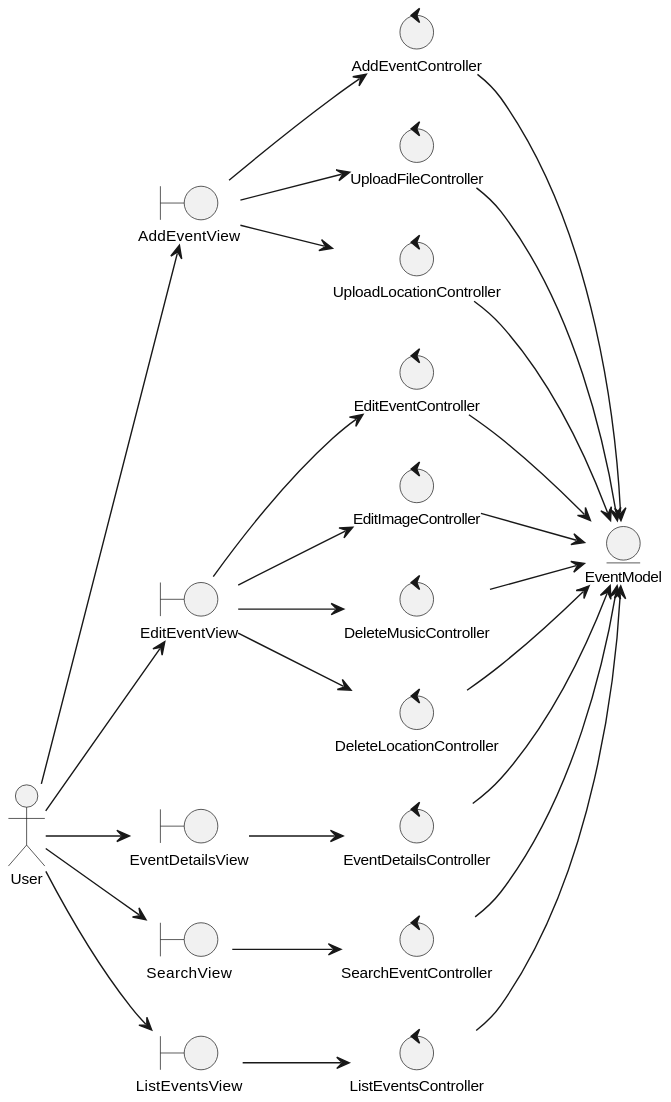
This is Análisis/Clases de Análisis/diagramas/analysisClassDiagramEventsManagements.svg from valeraruggierotesisucv/tesis-frameworks-mobile-diagrams, a PlantUML export, as it was before one commit.
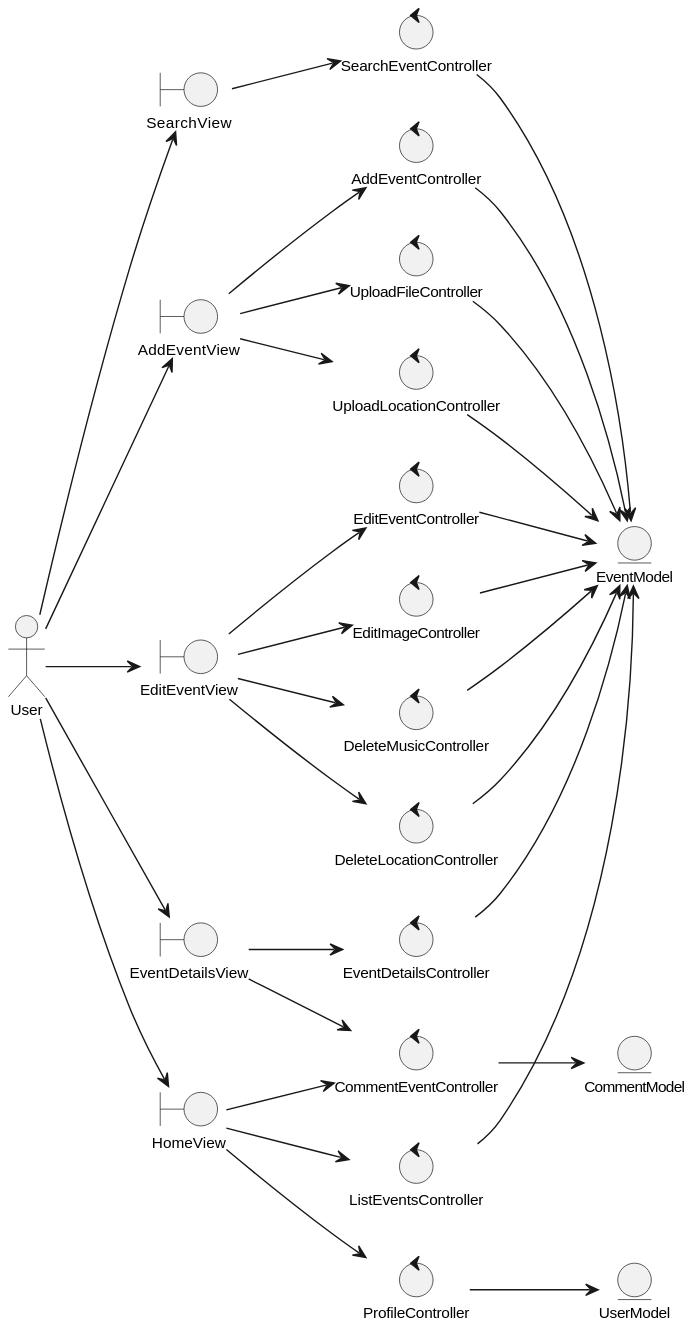
Later version of the same file.

Commit message:
Refactor authentication and event management diagrams: rename views and controllers, update user interactions, and enhance class structure. Added new boundaries and controllers for improved user flow.

What changed in the source:
```diff
@@ -6,13 +6,15 @@
 
 actor "User" as user
 
+entity "UserModel" as userModel
 entity "EventModel" as eventModel
+entity "CommentModel" as commentModel
 
 boundary "AddEventView" as addEventView
 boundary "EditEventView" as editEventView
 boundary "EventDetailsView" as eventDetailsView
 boundary "SearchView" as searchView
-boundary "ListEventsView" as listEventsView
+boundary "HomeView" as homeView
 
 control "AddEventController" as addEventController
 control "UploadFileController" as uploadFileController
@@ -24,12 +26,14 @@
 control "EventDetailsController" as eventDetailsController
 control "SearchEventController" as searchEventController
 control "ListEventsController" as listEventsController
+control "CommentEventController" as commentEventController
+control "ProfileController" as profileController
 
 user --> addEventView
 user --> editEventView
 user --> eventDetailsView
 user --> searchView
-user --> listEventsView
+user --> homeView
 
 addEventView --> addEventController
 addEventView --> uploadFileController
@@ -39,8 +43,11 @@
 editEventView --> deleteMusicController
 editEventView --> deleteLocationController
 eventDetailsView --> eventDetailsController
+eventDetailsView --> commentEventController
 searchView --> searchEventController
-listEventsView --> listEventsController
+homeView --> listEventsController
+homeView --> profileController
+homeView --> commentEventController
 
 addEventController --> eventModel
 uploadFileController --> eventModel
@@ -52,4 +59,6 @@
 eventDetailsController --> eventModel
 searchEventController --> eventModel
 listEventsController --> eventModel
+commentEventController --> commentModel
+profileController --> userModel
 @enduml
```
